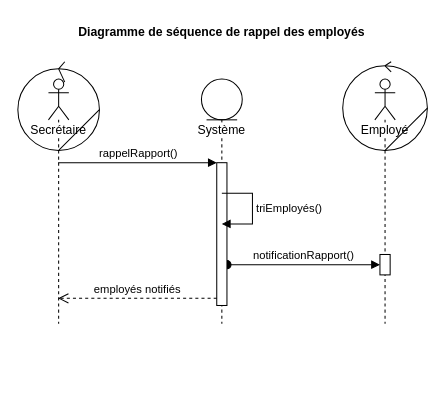
This is Diagrammes/03 - Séquences/Rappel employés/03 - Séquences - Rappel employés.drawio from Neilerua13/tp-analyse-uml, a draw.io file, before an edit. Source tidied: cells renumbered, new cells numbered last; positions are measured from the earlier drawing's top-left corner, leaving out a move shared by most shapes. Both pictures are drawn from the tidied source at 102%, with x=0, y=0 at pixel (17, 17).
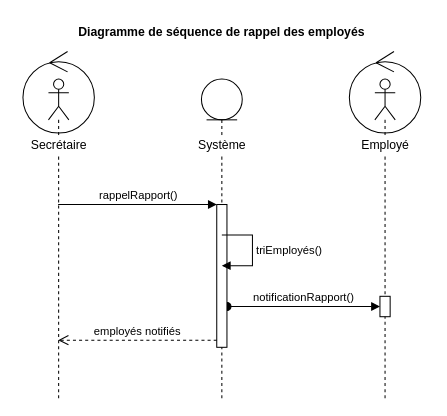
The same page after the edit.

Commit message (it also covers changes not shown here):
Diagramme de séquence rappel employé

The edit, as a diff of the source:
```diff
@@
-    <mxCell id="2" value="Employé" style="shape=umlLifeline;participant=umlActor;perimeter=lifelinePerimeter;whiteSpace=wrap;html=1;verticalAlign=top;spacingTop=36;labelBackgroundColor=#ffffff;" parent="1" vertex="1">
-      <mxGeometry x="350" y="60" width="20" height="240" as="geometry" />
+    <mxCell id="2" style="shape=umlLifeline;participant=umlActor;perimeter=lifelinePerimeter;whiteSpace=wrap;html=1;verticalAlign=top;spacingTop=36;labelBackgroundColor=#ffffff;" parent="1" vertex="1">
+      <mxGeometry x="350" y="60" width="20" height="313" as="geometry" />
     </mxCell>
     <mxCell id="3" style="html=1;points=[];perimeter=orthogonalPerimeter;" parent="2" vertex="1">
-      <mxGeometry x="5" y="172" width="10" height="20" as="geometry" />
+      <mxGeometry x="5" y="213" width="10" height="20" as="geometry" />
     </mxCell>
-    <mxCell id="4" value="Secrétaire" style="shape=umlLifeline;participant=umlActor;perimeter=lifelinePerimeter;whiteSpace=wrap;html=1;verticalAlign=top;spacingTop=36;labelBackgroundColor=#ffffff;" parent="1" vertex="1">
-      <mxGeometry x="30" y="60" width="20" height="240" as="geometry" />
+    <mxCell id="4" style="shape=umlLifeline;participant=umlActor;perimeter=lifelinePerimeter;whiteSpace=wrap;html=1;verticalAlign=top;spacingTop=36;labelBackgroundColor=#ffffff;" parent="1" vertex="1">
+      <mxGeometry x="30" y="60" width="20" height="313" as="geometry" />
     </mxCell>
     <mxCell id="5" value="notificationRapport()" style="html=1;verticalAlign=bottom;startArrow=oval;endArrow=block;startSize=8;" parent="1" edge="1" source="8" target="3">
       <mxGeometry relative="1" as="geometry">
         <Array as="points">
-          <mxPoint x="340" y="242" />
+          <mxPoint x="340" y="283" />
         </Array>
       </mxGeometry>
     </mxCell>
@@
-    <mxCell id="7" value="Système" style="shape=umlLifeline;participant=umlEntity;perimeter=lifelinePerimeter;whiteSpace=wrap;html=1;verticalAlign=top;spacingTop=36;labelBackgroundColor=#ffffff;" parent="1" vertex="1">
-      <mxGeometry x="180" y="60" width="40" height="240" as="geometry" />
+    <mxCell id="7" style="shape=umlLifeline;participant=umlEntity;perimeter=lifelinePerimeter;whiteSpace=wrap;html=1;verticalAlign=top;spacingTop=36;labelBackgroundColor=#ffffff;" parent="1" vertex="1">
+      <mxGeometry x="180" y="60" width="40" height="313" as="geometry" />
     </mxCell>
     <mxCell id="8" style="html=1;points=[];perimeter=orthogonalPerimeter;" parent="7" vertex="1">
-      <mxGeometry x="15" y="82" width="10" height="140" as="geometry" />
+      <mxGeometry x="15" y="123" width="10" height="140" as="geometry" />
     </mxCell>
     <mxCell id="9" value="triEmployés()" style="edgeStyle=orthogonalEdgeStyle;html=1;align=left;spacingLeft=2;endArrow=block;rounded=0;" parent="1" edge="1">
       <mxGeometry relative="1" as="geometry">
-        <mxPoint x="200" y="172" as="sourcePoint" />
-        <mxPoint x="200" y="202" as="targetPoint" />
+        <mxPoint x="200" y="213" as="sourcePoint" />
+        <mxPoint x="200" y="243" as="targetPoint" />
         <Array as="points">
-          <mxPoint x="230" y="172" />
-          <mxPoint x="230" y="202" />
-          <mxPoint x="210" y="202" />
+          <mxPoint x="230" y="213" />
+          <mxPoint x="230" y="243" />
+          <mxPoint x="210" y="243" />
         </Array>
       </mxGeometry>
     </mxCell>
     <mxCell id="10" value="rappelRapport()" style="html=1;verticalAlign=bottom;endArrow=block;entryX=0;entryY=0;" parent="1" edge="1" target="8">
       <mxGeometry relative="1" as="geometry">
-        <mxPoint x="39.5" y="142" as="sourcePoint" />
+        <mxPoint x="39.5" y="183" as="sourcePoint" />
       </mxGeometry>
     </mxCell>
     <mxCell id="11" value="employés notifiés" style="html=1;verticalAlign=bottom;endArrow=open;dashed=1;endSize=8;exitX=0;exitY=0.95;" parent="1" edge="1" source="8">
       <mxGeometry relative="1" as="geometry">
-        <mxPoint x="39.5" y="275" as="targetPoint" />
+        <mxPoint x="39.5" y="316" as="targetPoint" />
       </mxGeometry>
     </mxCell>
-    <mxCell id="12" style="ellipse;whiteSpace=wrap;html=1;fillColor=none;" parent="1" vertex="1">
-      <mxGeometry y="50" width="80" height="80" as="geometry" />
-    </mxCell>
-    <mxCell id="13" style="endArrow=none;html=1;exitX=0.5;exitY=1;exitDx=0;exitDy=0;entryX=1;entryY=0.5;entryDx=0;entryDy=0;" parent="1" edge="1" source="12" target="12">
-      <mxGeometry relative="1" as="geometry" />
-    </mxCell>
-    <mxCell id="14" style="ellipse;whiteSpace=wrap;html=1;fillColor=none;" parent="1" vertex="1">
-      <mxGeometry x="318.5" y="47" width="83" height="83" as="geometry" />
-    </mxCell>
-    <mxCell id="15" style="endArrow=none;html=1;exitX=0.5;exitY=1;exitDx=0;exitDy=0;entryX=1;entryY=0.5;entryDx=0;entryDy=0;" parent="1" edge="1" source="14" target="14">
-      <mxGeometry relative="1" as="geometry" />
-    </mxCell>
-    <mxCell id="16" style="endArrow=none;html=1;exitX=0.5;exitY=0;exitDx=0;exitDy=0;" parent="1" edge="1" source="12">
-      <mxGeometry relative="1" as="geometry">
-        <mxPoint x="46" y="63" as="targetPoint" />
-      </mxGeometry>
-    </mxCell>
-    <mxCell id="17" style="endArrow=none;html=1;" parent="1" edge="1">
-      <mxGeometry relative="1" as="geometry">
-        <mxPoint x="40" y="50" as="sourcePoint" />
-        <mxPoint x="46" y="43" as="targetPoint" />
-      </mxGeometry>
-    </mxCell>
-    <mxCell id="18" style="endArrow=none;html=1;exitX=0.5;exitY=0;exitDx=0;exitDy=0;" parent="1" edge="1" source="14">
-      <mxGeometry relative="1" as="geometry">
-        <mxPoint x="366" y="43" as="targetPoint" />
-      </mxGeometry>
-    </mxCell>
-    <mxCell id="19" style="endArrow=none;html=1;exitX=0.5;exitY=0;exitDx=0;exitDy=0;" parent="1" edge="1" source="14">
-      <mxGeometry relative="1" as="geometry">
-        <mxPoint x="366" y="53" as="targetPoint" />
-      </mxGeometry>
-    </mxCell>
+    <mxCell id="20" style="ellipse;shape=umlControl;whiteSpace=wrap;html=1;fillColor=none;" parent="1" vertex="1">
+      <mxGeometry x="5" y="33" width="70" height="80" as="geometry" />
+    </mxCell>
+    <mxCell id="21" style="ellipse;shape=umlControl;whiteSpace=wrap;html=1;fillColor=none;" parent="1" vertex="1">
+      <mxGeometry x="325" y="33" width="70" height="80" as="geometry" />
+    </mxCell>
+    <mxCell id="22" value="Secrétaire" style="text;html=1;align=center;verticalAlign=middle;fillColor=#FFFFFF;" parent="1" vertex="1">
+      <mxGeometry x="5" y="115" width="70" height="20" as="geometry" />
+    </mxCell>
+    <mxCell id="23" value="Employé" style="text;html=1;align=center;verticalAlign=middle;fillColor=#FFFFFF;" parent="1" vertex="1">
+      <mxGeometry x="330" y="115" width="60" height="20" as="geometry" />
+    </mxCell>
+    <mxCell id="24" value="Système" style="text;html=1;align=center;verticalAlign=middle;fillColor=#FFFFFF;" parent="1" vertex="1">
+      <mxGeometry x="170" y="115" width="60" height="20" as="geometry" />
+    </mxCell>
```
